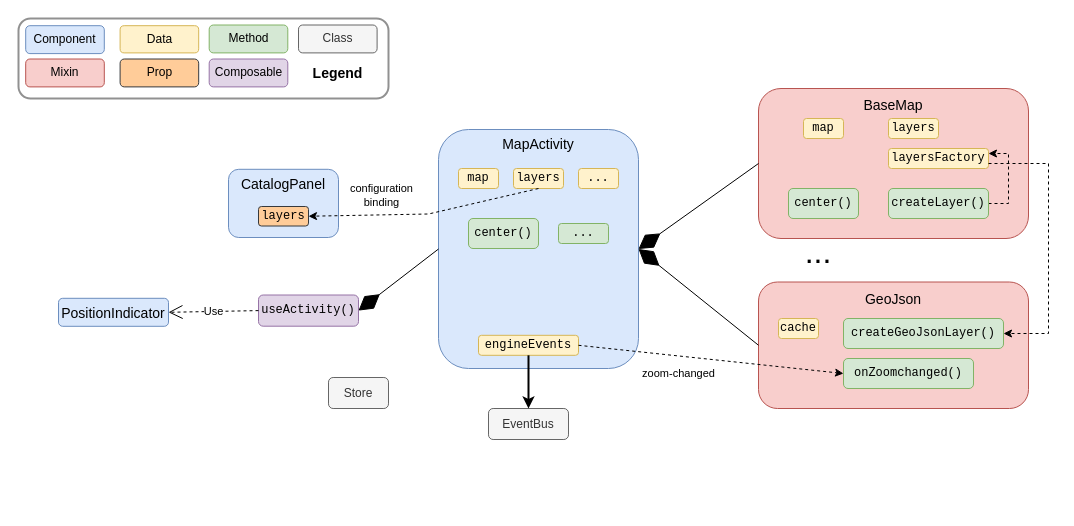
kalisio/kdk keeps this draw.io diagram as page "As is" (1 of 2) of docs/.vitepress/public/Map Activity.drawio. Above is the earlier version. Source tidied: cells renumbered, new cells numbered last; positions are measured from the earlier drawing's top-left corner, leaving out a move shared by most shapes. Both pictures are drawn from the tidied source at 100%, with x=0, y=0 at pixel (18, 18).
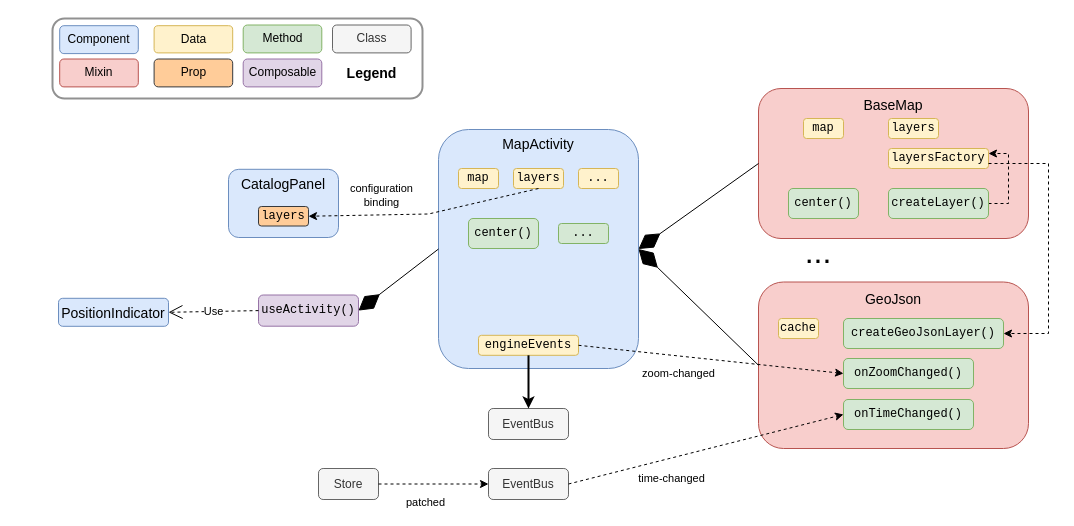
The same diagram, later.

Change to the diagram source:
```diff
@@
     <mxCell id="5" value="&lt;font style=&quot;font-size: 14px&quot;&gt;GeoJson&lt;/font&gt;" style="rounded=1;whiteSpace=wrap;html=1;fillColor=#f8cecc;strokeColor=#b85450;fontSize=16;verticalAlign=top;" parent="1" vertex="1">
-      <mxGeometry x="740" y="263.5" width="270" height="126.5" as="geometry" />
+      <mxGeometry x="740" y="263.5" width="270" height="166.5" as="geometry" />
     </mxCell>
@@
-    <mxCell id="20" value="&lt;font&gt;onZoomchanged()&lt;/font&gt;" style="rounded=1;whiteSpace=wrap;html=1;fillColor=#d5e8d4;strokeColor=#82b366;fontSize=12;fontFamily=Courier New;" parent="1" vertex="1">
+    <mxCell id="20" value="&lt;font&gt;onZoomChanged()&lt;/font&gt;" style="rounded=1;whiteSpace=wrap;html=1;fillColor=#d5e8d4;strokeColor=#82b366;fontSize=12;fontFamily=Courier New;" parent="1" vertex="1">
       <mxGeometry x="825" y="340" width="130" height="30" as="geometry" />
     </mxCell>
@@
     <mxCell id="32" style="group;" parent="1" vertex="1">
-      <mxGeometry width="370" height="80" as="geometry" />
+      <mxGeometry x="34" width="370" height="80" as="geometry" />
     </mxCell>
@@
     <mxCell id="46" value="Store" style="rounded=1;whiteSpace=wrap;html=1;fillColor=#f5f5f5;strokeColor=#666666;fontSize=12;fontColor=#333333;" parent="1" vertex="1">
-      <mxGeometry x="310" y="359" width="60" height="31" as="geometry" />
+      <mxGeometry x="300" y="450" width="60" height="31" as="geometry" />
     </mxCell>
+    <mxCell id="47" value="EventBus" style="rounded=1;whiteSpace=wrap;html=1;fillColor=#f5f5f5;strokeColor=#666666;fontSize=12;fontColor=#333333;" parent="1" vertex="1">
+      <mxGeometry x="470" y="450" width="80" height="31" as="geometry" />
+    </mxCell>
+    <mxCell id="48" style="endArrow=classic;html=1;rounded=0;exitX=1;exitY=0.5;exitDx=0;exitDy=0;dashed=1;entryX=0;entryY=0.5;entryDx=0;entryDy=0;" parent="1" edge="1" source="47" target="50">
+      <mxGeometry relative="1" as="geometry" />
+    </mxCell>
+    <mxCell id="49" value="time-changed" style="edgeLabel;html=1;align=center;verticalAlign=middle;" parent="48" vertex="1">
+      <mxGeometry x="-0.3" y="1" relative="1" as="geometry">
+        <mxPoint x="7" y="19" as="offset" />
+      </mxGeometry>
+    </mxCell>
+    <mxCell id="50" value="&lt;font&gt;onTimeChanged()&lt;/font&gt;" style="rounded=1;whiteSpace=wrap;html=1;fillColor=#d5e8d4;strokeColor=#82b366;fontSize=12;fontFamily=Courier New;" parent="1" vertex="1">
+      <mxGeometry x="825" y="381" width="130" height="30" as="geometry" />
+    </mxCell>
+    <mxCell id="51" style="endArrow=classic;html=1;rounded=0;exitX=1;exitY=0.5;exitDx=0;exitDy=0;dashed=1;entryX=0;entryY=0.5;entryDx=0;entryDy=0;" parent="1" edge="1" source="46" target="47">
+      <mxGeometry relative="1" as="geometry" />
+    </mxCell>
+    <mxCell id="52" value="patched" style="edgeLabel;html=1;align=center;verticalAlign=middle;" parent="51" vertex="1">
+      <mxGeometry x="-0.3" y="1" relative="1" as="geometry">
+        <mxPoint x="7" y="19" as="offset" />
+      </mxGeometry>
+    </mxCell>
```
